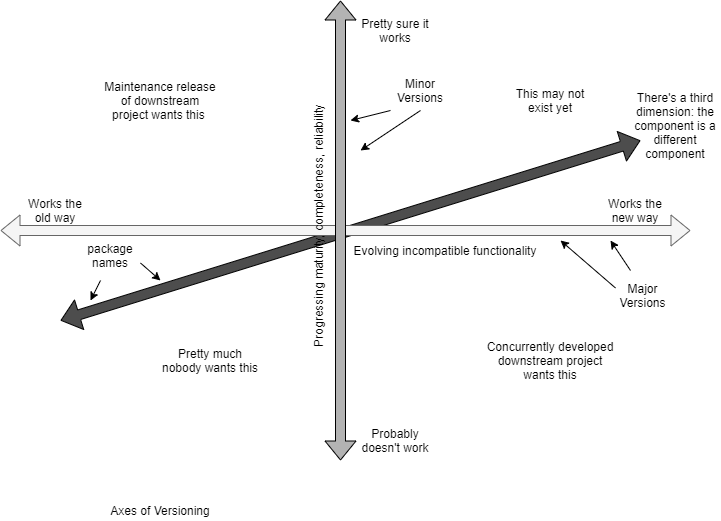
Before: diagrams/versioning.png, a diagram exported from draw.io (dboreham/global-bugs). Source tidied: cells renumbered, new cells last; positions are measured from the earlier drawing's top-left corner, leaving out a move shared by most shapes.
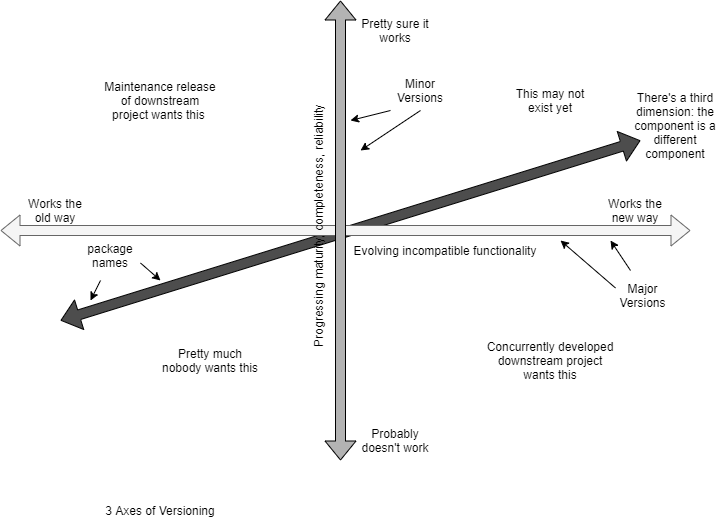
After the change.

The edit, as a diff of the source:
```diff
@@ -32,7 +32,7 @@
     <mxCell id="8" value="Probably doesn't work" style="text;html=1;strokeColor=none;fillColor=none;align=center;verticalAlign=middle;whiteSpace=wrap;rounded=0;" parent="1" vertex="1">
       <mxGeometry x="360" y="430" width="70" height="20" as="geometry" />
     </mxCell>
-    <mxCell id="9" value="Axes of Versioning" style="text;html=1;strokeColor=none;fillColor=none;align=center;verticalAlign=middle;whiteSpace=wrap;rounded=0;" parent="1" vertex="1">
+    <mxCell id="9" value="3 Axes of Versioning" style="text;html=1;strokeColor=none;fillColor=none;align=center;verticalAlign=middle;whiteSpace=wrap;rounded=0;" parent="1" vertex="1">
       <mxGeometry x="95" y="500" width="130" height="20" as="geometry" />
     </mxCell>
     <mxCell id="10" value="Concurrently developed downstream project wants this" style="text;html=1;strokeColor=none;fillColor=none;align=center;verticalAlign=middle;whiteSpace=wrap;rounded=0;" parent="1" vertex="1">
```
